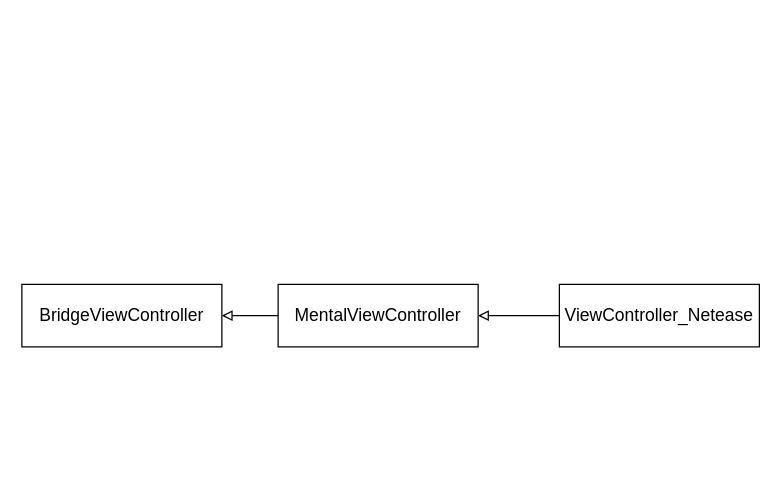
Earlier version of the draw.io diagram page "第 3 页" (3 of 6) of Untitled Diagram.drawio (shionji-mura/miniprogram-demo). Source tidied: cells renumbered, new cells numbered last; positions are measured from the earlier drawing's top-left corner, leaving out a move shared by most shapes. Both pictures are drawn from the tidied source at 125%, with x=0, y=0 at pixel (21, 284).
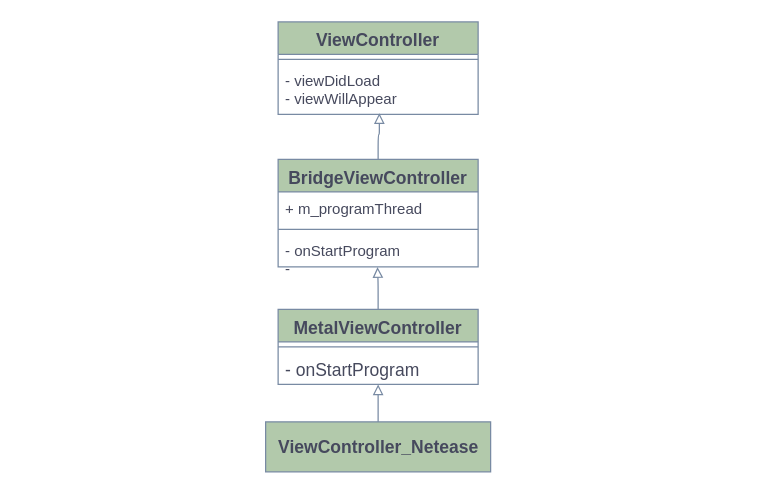
The same diagram, later.

What changed in the source:
```diff
@@
 <mxGraphModel>
   <root>
     <mxCell id="0" />
     <mxCell id="1" parent="0" />
-    <mxCell id="2" style="edgeStyle=orthogonalEdgeStyle;rounded=0;jettySize=auto;html=1;entryX=0;entryY=0.5;entryDx=0;entryDy=0;fontSize=14;startArrow=block;startFill=0;endArrow=none;endFill=0;" parent="1" edge="1" source="3" target="5">
-      <mxGeometry relative="1" as="geometry" />
-    </mxCell>
+    <mxCell id="7" style="edgeStyle=orthogonalEdgeStyle;curved=0;rounded=1;sketch=0;jettySize=auto;html=1;fontSize=14;fontColor=#46495D;endArrow=block;endFill=0;strokeColor=#788AA3;fillColor=#B2C9AB;entryX=0.506;entryY=0.975;entryDx=0;entryDy=0;entryPerimeter=0;" parent="1" edge="1" source="3" target="13">
+      <mxGeometry relative="1" as="geometry" />
+    </mxCell>
-    <mxCell id="3" value="BridgeViewController" style="rounded=0;whiteSpace=wrap;html=1;fontSize=14;" parent="1" vertex="1">
-      <mxGeometry width="160" height="50" as="geometry" />
+    <mxCell id="3" value="BridgeViewController" style="swimlane;fontStyle=1;align=center;verticalAlign=top;horizontal=1;startSize=26;rounded=0;sketch=0;fontSize=14;fontColor=#46495D;strokeColor=#788AA3;fillColor=#B2C9AB;" parent="1" vertex="1">
+      <mxGeometry x="205" y="-100" width="160" height="86" as="geometry" />
     </mxCell>
-    <mxCell id="4" style="edgeStyle=orthogonalEdgeStyle;rounded=0;jettySize=auto;html=1;entryX=0;entryY=0.5;entryDx=0;entryDy=0;fontSize=14;startArrow=block;startFill=0;endArrow=none;endFill=0;" parent="1" edge="1" source="5" target="6">
-      <mxGeometry relative="1" as="geometry" />
-    </mxCell>
-    <mxCell id="5" value="MentalViewController" style="rounded=0;whiteSpace=wrap;html=1;fontSize=14;" parent="1" vertex="1">
-      <mxGeometry x="205" width="160" height="50" as="geometry" />
-    </mxCell>
+    <mxCell id="8" value="+ m_programThread" style="text;strokeColor=none;fillColor=none;align=left;verticalAlign=top;spacingLeft=4;spacingRight=4;overflow=hidden;rounded=0;sketch=0;fontSize=12;fontColor=#46495D;" parent="3" vertex="1">
+      <mxGeometry y="26" width="160" height="26" as="geometry" />
+    </mxCell>
+    <mxCell id="9" style="line;strokeWidth=1;fillColor=none;align=left;verticalAlign=middle;spacingTop=-1;spacingLeft=3;spacingRight=3;labelPosition=right;rounded=0;sketch=0;fontSize=14;fontColor=#46495D;strokeColor=#788AA3;" parent="3" vertex="1">
+      <mxGeometry y="52" width="160" height="8" as="geometry" />
+    </mxCell>
+    <mxCell id="10" value="- onStartProgram&#10;- " style="text;strokeColor=none;fillColor=none;align=left;verticalAlign=top;spacingLeft=4;spacingRight=4;overflow=hidden;points=[[0,0.5],[1,0.5]];portConstraint=eastwest;rounded=0;sketch=0;fontSize=12;fontColor=#46495D;" parent="3" vertex="1">
+      <mxGeometry y="60" width="160" height="26" as="geometry" />
+    </mxCell>
+    <mxCell id="11" value="ViewController" style="swimlane;fontStyle=1;align=center;verticalAlign=top;horizontal=1;startSize=26;rounded=0;sketch=0;fontSize=14;fontColor=#46495D;strokeColor=#788AA3;fillColor=#B2C9AB;" parent="1" vertex="1">
+      <mxGeometry x="205" y="-210" width="160" height="74" as="geometry" />
+    </mxCell>
+    <mxCell id="12" style="line;strokeWidth=1;fillColor=none;align=left;verticalAlign=middle;spacingTop=-1;spacingLeft=3;spacingRight=3;labelPosition=right;rounded=0;sketch=0;fontSize=14;fontColor=#46495D;strokeColor=#788AA3;" parent="11" vertex="1">
+      <mxGeometry y="26" width="160" height="8" as="geometry" />
+    </mxCell>
+    <mxCell id="13" value="- viewDidLoad&#10;- viewWillAppear" style="text;strokeColor=none;fillColor=none;align=left;verticalAlign=middle;spacingLeft=4;spacingRight=4;overflow=hidden;points=[[0,0.5],[1,0.5]];portConstraint=eastwest;rounded=0;sketch=0;fontSize=12;fontColor=#46495D;" parent="11" vertex="1">
+      <mxGeometry y="34" width="160" height="40" as="geometry" />
+    </mxCell>
+    <mxCell id="14" style="edgeStyle=orthogonalEdgeStyle;curved=0;rounded=1;sketch=0;jettySize=auto;html=1;fontSize=14;fontColor=#46495D;endArrow=block;endFill=0;strokeColor=#788AA3;fillColor=#B2C9AB;entryX=0.497;entryY=1.007;entryDx=0;entryDy=0;entryPerimeter=0;" parent="1" edge="1" source="15" target="10">
+      <mxGeometry relative="1" as="geometry" />
+    </mxCell>
+    <mxCell id="15" value="MetalViewController" style="swimlane;fontStyle=1;align=center;verticalAlign=top;horizontal=1;startSize=26;rounded=0;sketch=0;fontSize=14;fontColor=#46495D;strokeColor=#788AA3;fillColor=#B2C9AB;" parent="1" vertex="1">
+      <mxGeometry x="205" y="20" width="160" height="60" as="geometry" />
+    </mxCell>
+    <mxCell id="16" style="line;strokeWidth=1;fillColor=none;align=left;verticalAlign=middle;spacingTop=-1;spacingLeft=3;spacingRight=3;labelPosition=right;rounded=0;sketch=0;fontSize=14;fontColor=#46495D;strokeColor=#788AA3;" parent="15" vertex="1">
+      <mxGeometry y="26" width="160" height="8" as="geometry" />
+    </mxCell>
+    <mxCell id="17" value="- onStartProgram" style="text;strokeColor=none;fillColor=none;align=left;verticalAlign=top;spacingLeft=4;spacingRight=4;overflow=hidden;rounded=0;sketch=0;fontSize=14;fontColor=#46495D;" parent="15" vertex="1">
+      <mxGeometry y="34" width="160" height="26" as="geometry" />
+    </mxCell>
+    <mxCell id="18" style="edgeStyle=orthogonalEdgeStyle;curved=0;rounded=1;sketch=0;jettySize=auto;html=1;fontSize=14;fontColor=#46495D;endArrow=block;endFill=0;strokeColor=#788AA3;fillColor=#B2C9AB;" parent="1" edge="1" source="6">
+      <mxGeometry relative="1" as="geometry">
+        <mxPoint x="285" y="80" as="targetPoint" />
+      </mxGeometry>
+    </mxCell>
-    <mxCell id="6" value="ViewController_Netease" style="rounded=0;whiteSpace=wrap;html=1;fontSize=14;" parent="1" vertex="1">
-      <mxGeometry x="430" width="160" height="50" as="geometry" />
+    <mxCell id="6" value="ViewController_Netease" style="html=1;rounded=0;sketch=0;fontSize=14;fontColor=#46495D;strokeColor=#788AA3;fillColor=#B2C9AB;fontStyle=1;" parent="1" vertex="1">
+      <mxGeometry x="195" y="110" width="180" height="40" as="geometry" />
     </mxCell>
   </root>
 </mxGraphModel>
```
